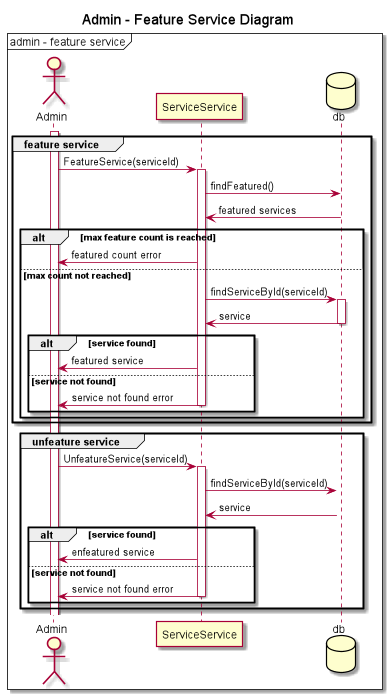
Before: diagrams/sequence-diagram-admin-feature-service.png, a diagram exported from PlantUML (zeyneplervesarp/swe574-javagang).
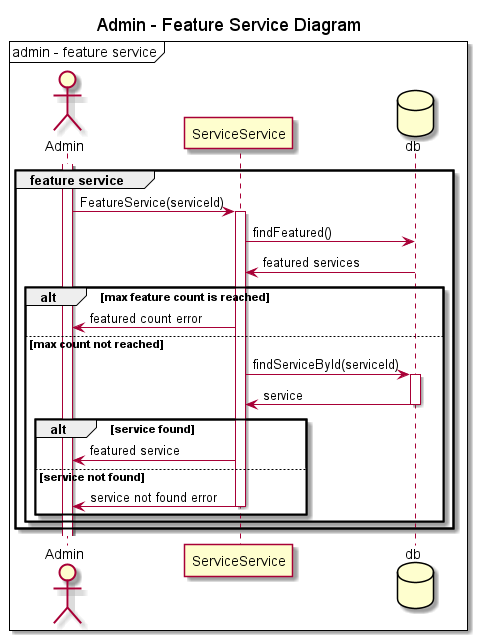
The same diagram one commit later.

Commit message:
update feature service diagrams

Diff of the diagram source:
```diff
@@ -32,20 +32,7 @@
 end
 end group
 
-group unfeature service
 
-Admin -> ServiceService : UnfeatureService(serviceId)
-activate ServiceService
-ServiceService -> db : findServiceById(serviceId)
-activate db
-db -> ServiceService: service
-alt service found
-    ServiceService -> Admin: enfeatured service
-else service not found
-    ServiceService -> Admin: service not found error
-deactivate ServiceService
-end
-end group
 
 
 
```
